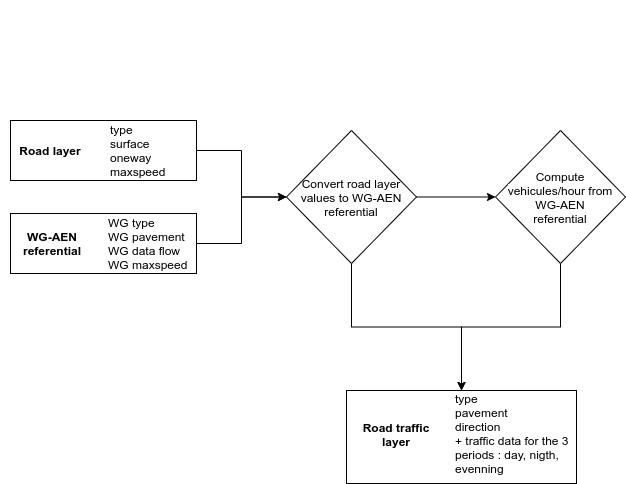
Above: docs/resources/images/geoclimate_processing_road_traffic.png in orbisgis/geoclimate (draw.io), before the change. Source tidied: cells renumbered, new cells last; positions are measured from the earlier drawing's top-left corner, leaving out a move shared by most shapes.
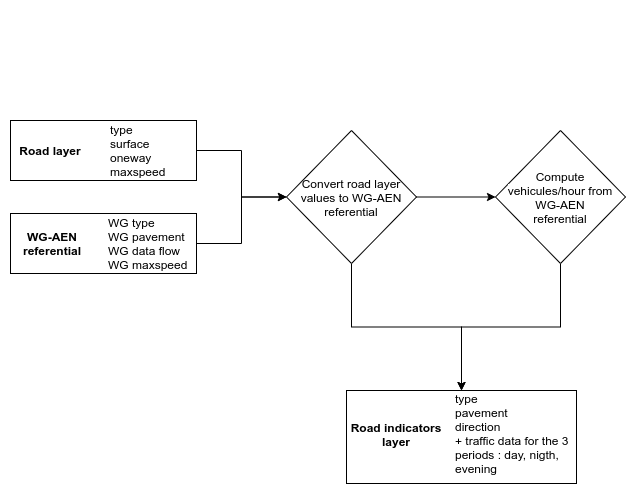
After the change.

The edit, as a diff of the source:
```diff
@@ -64,10 +64,10 @@
     <mxCell id="17" style="rounded=0;whiteSpace=wrap;html=1;fillColor=none;align=left;" parent="1" vertex="1">
       <mxGeometry x="346" y="388" width="230" height="93" as="geometry" />
     </mxCell>
-    <mxCell id="18" value="&lt;b&gt;Road traffic layer&lt;/b&gt;" style="rounded=0;whiteSpace=wrap;html=1;fillColor=none;strokeColor=none;" parent="1" vertex="1">
+    <mxCell id="18" value="&lt;b&gt;Road indicators layer&lt;/b&gt;" style="rounded=0;whiteSpace=wrap;html=1;fillColor=none;strokeColor=none;" parent="1" vertex="1">
       <mxGeometry x="346" y="412" width="100" height="40" as="geometry" />
     </mxCell>
-    <mxCell id="19" value="type&lt;br&gt;pavement&lt;br&gt;direction&lt;br&gt;+ traffic data for the 3 &lt;br&gt;periods : day, nigth, evenning" style="text;html=1;strokeColor=none;fillColor=none;align=left;verticalAlign=middle;whiteSpace=wrap;rounded=0;" parent="1" vertex="1">
+    <mxCell id="19" value="type&lt;br&gt;pavement&lt;br&gt;direction&lt;br&gt;+ traffic data for the 3 &lt;br&gt;periods : day, nigth, evening" style="text;html=1;strokeColor=none;fillColor=none;align=left;verticalAlign=middle;whiteSpace=wrap;rounded=0;" parent="1" vertex="1">
       <mxGeometry x="453" y="396" width="123" height="70" as="geometry" />
     </mxCell>
   </root>
```
